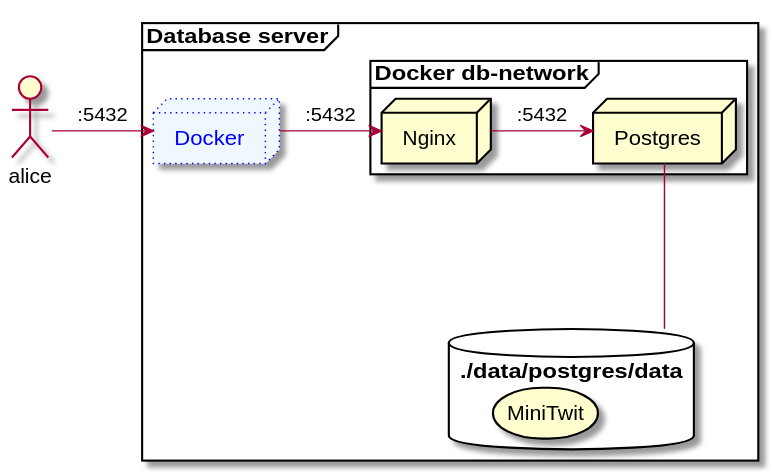
Earlier version of the PlantUML export Diagrams/DatabaseServer/deployment.svg (DevelOpsITU/ServerDeployment). The source it was exported from:
```plantuml
@startuml deployment
actor alice as a
frame "Database server" {

  node  Docker #aliceblue;line:blue;line.dotted;text:blue

      database ./data/postgres/data as db {
      storage MiniTwit
    }

  frame "Docker db-network" as dockernet  {
    node Nginx
    node Postgres

}



a -> Docker : ":5432"
Docker-> Nginx : ":5432"
Nginx -> Postgres : ":5432"
Postgres -- db

}
@enduml
```
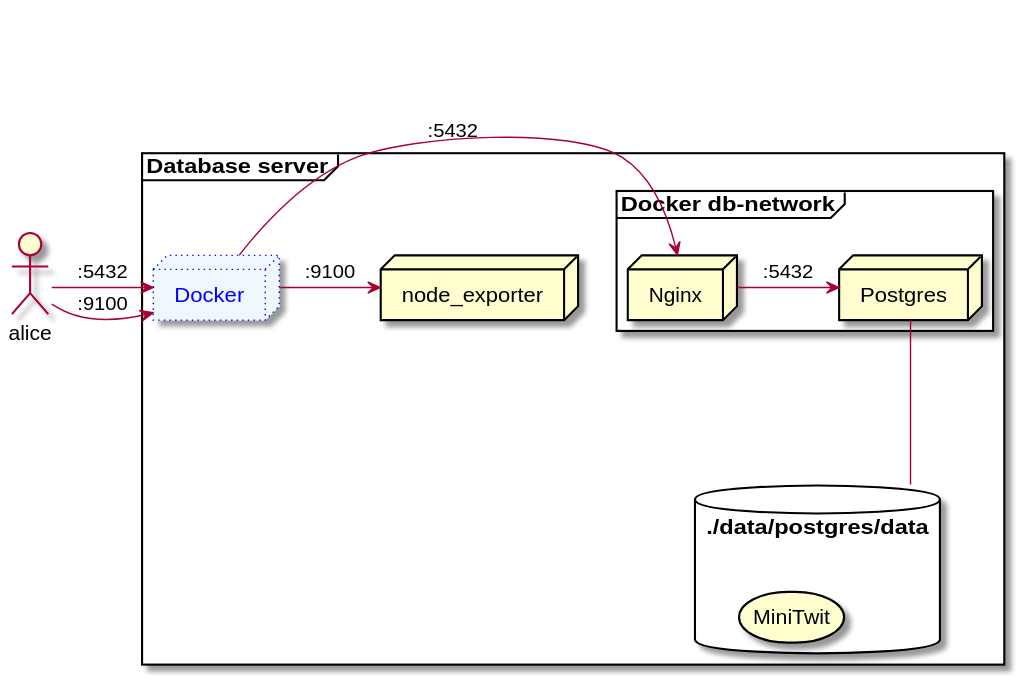
The same diagram one commit later.

The edit, as a diff of the source:
```diff
@@ -3,7 +3,7 @@
 frame "Database server" {
 
   node  Docker #aliceblue;line:blue;line.dotted;text:blue
-
+  node node_exporter
       database ./data/postgres/data as db {
       storage MiniTwit
     }
@@ -11,13 +11,14 @@
   frame "Docker db-network" as dockernet  {
     node Nginx
     node Postgres
-
-}
+  }
 
 
 
 a -> Docker : ":5432"
+a -> Docker : ":9100"
 Docker-> Nginx : ":5432"
+Docker-> node_exporter : ":9100"
 Nginx -> Postgres : ":5432"
 Postgres -- db
 
```
